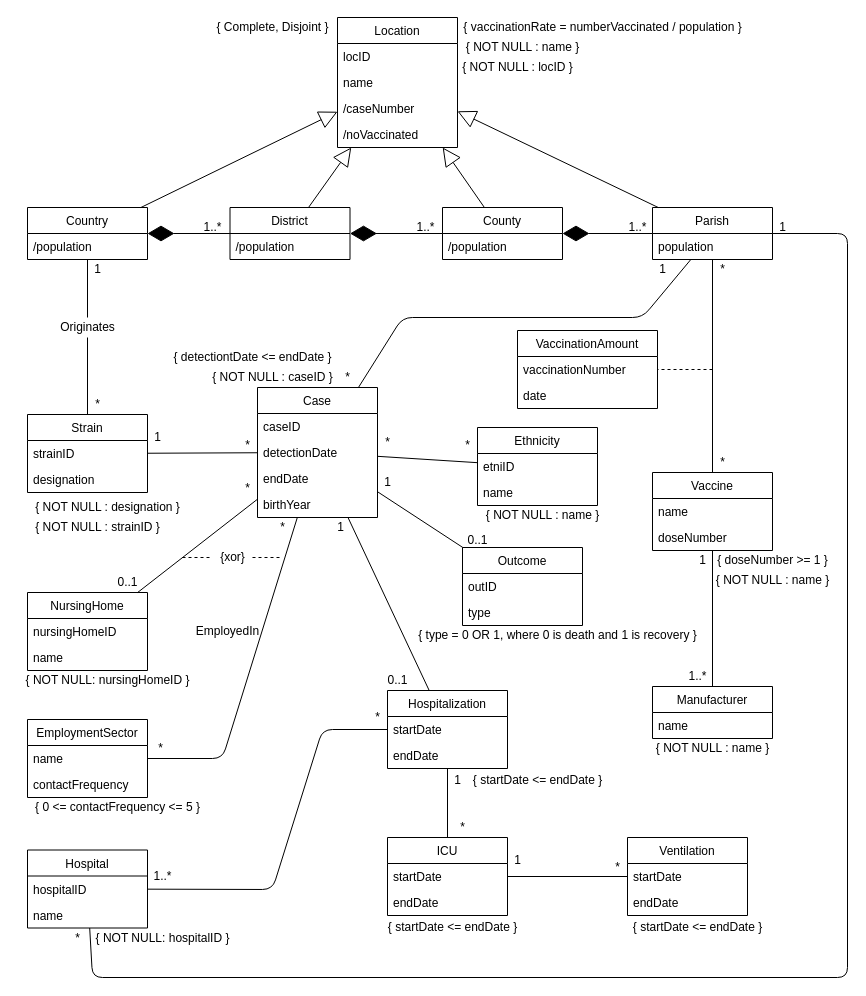
Earlier version of the draw.io diagram proj.drawio (DreFlo/bdad-proj). Source tidied: cells renumbered, new cells numbered last; positions are measured from the earlier drawing's top-left corner, leaving out a move shared by most shapes. Both pictures are drawn from the tidied source at 100%, with x=0, y=0 at pixel (17, 17).
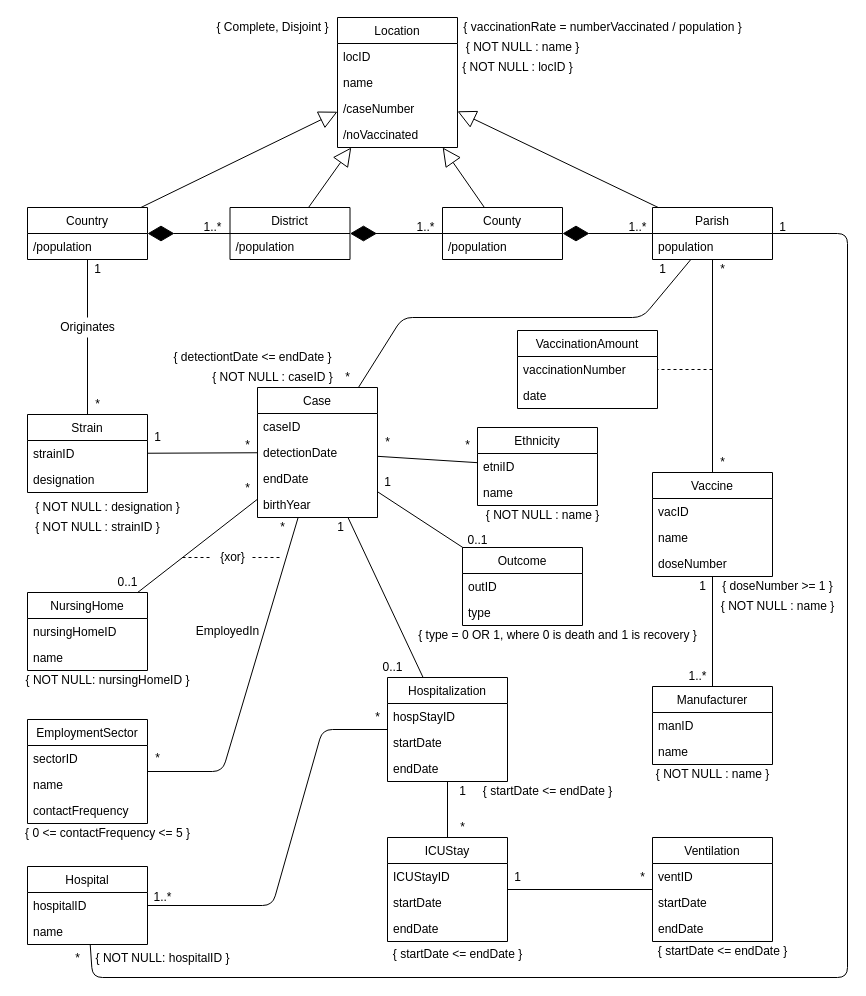
The same diagram, later.

Commit message:
UML finished, I think

The change refers to these unchanged cells:
```xml
<mxCell id="10" value="Case" style="swimlane;fontStyle=0;horizontal=1;startSize=26;fillColor=none;" parent="1" vertex="1">
  <mxGeometry x="240" y="370" width="120" height="130" as="geometry" />
</mxCell>
```

Diff of the diagram source:
```diff
@@
     <mxCell id="15" value="Vaccine" style="swimlane;fontStyle=0;horizontal=1;startSize=26;fillColor=none;" parent="1" vertex="1">
-      <mxGeometry x="635" y="455" width="120" height="78" as="geometry" />
+      <mxGeometry x="635" y="455" width="120" height="104" as="geometry" />
     </mxCell>
-    <mxCell id="16" value="name" style="text;strokeColor=none;fillColor=none;align=left;verticalAlign=top;spacingLeft=4;spacingRight=4;overflow=hidden;" parent="15" vertex="1">
+    <mxCell id="16" value="vacID" style="text;strokeColor=none;fillColor=none;align=left;verticalAlign=top;spacingLeft=4;spacingRight=4;overflow=hidden;" parent="15" vertex="1">
       <mxGeometry y="26" width="120" height="26" as="geometry" />
     </mxCell>
+    <mxCell id="133" value="name" style="text;strokeColor=none;fillColor=none;align=left;verticalAlign=top;spacingLeft=4;spacingRight=4;overflow=hidden;" parent="15" vertex="1">
+      <mxGeometry y="52" width="120" height="26" as="geometry" />
+    </mxCell>
     <mxCell id="17" value="doseNumber" style="text;strokeColor=none;fillColor=none;align=left;verticalAlign=top;spacingLeft=4;spacingRight=4;overflow=hidden;" parent="15" vertex="1">
-      <mxGeometry y="52" width="120" height="26" as="geometry" />
+      <mxGeometry y="78" width="120" height="26" as="geometry" />
     </mxCell>
@@
     <mxCell id="22" value="EmploymentSector" style="swimlane;fontStyle=0;horizontal=1;startSize=26;fillColor=none;" parent="1" vertex="1">
-      <mxGeometry x="10" y="702" width="120" height="78" as="geometry" />
+      <mxGeometry x="10" y="702" width="120" height="104" as="geometry" />
     </mxCell>
+    <mxCell id="134" value="sectorID" style="text;strokeColor=none;fillColor=none;align=left;verticalAlign=top;spacingLeft=4;spacingRight=4;overflow=hidden;" parent="22" vertex="1">
+      <mxGeometry y="26" width="120" height="26" as="geometry" />
+    </mxCell>
     <mxCell id="23" value="name" style="text;strokeColor=none;fillColor=none;align=left;verticalAlign=top;spacingLeft=4;spacingRight=4;overflow=hidden;" parent="22" vertex="1">
-      <mxGeometry y="26" width="120" height="26" as="geometry" />
+      <mxGeometry y="52" width="120" height="26" as="geometry" />
     </mxCell>
     <mxCell id="24" value="contactFrequency" style="text;strokeColor=none;fillColor=none;align=left;verticalAlign=top;spacingLeft=4;spacingRight=4;overflow=hidden;" parent="22" vertex="1">
-      <mxGeometry y="52" width="120" height="26" as="geometry" />
+      <mxGeometry y="78" width="120" height="26" as="geometry" />
     </mxCell>
@@
     <mxCell id="31" value="1" style="text;html=1;align=center;verticalAlign=middle;" parent="1" vertex="1">
-      <mxGeometry x="675" y="533" width="20" height="20" as="geometry" />
+      <mxGeometry x="675" y="559" width="20" height="20" as="geometry" />
     </mxCell>
@@
     <mxCell id="38" value="Manufacturer" style="swimlane;fontStyle=0;horizontal=1;startSize=26;fillColor=none;" parent="1" vertex="1">
-      <mxGeometry x="635" y="669" width="120" height="52" as="geometry" />
+      <mxGeometry x="635" y="669" width="120" height="78" as="geometry" />
     </mxCell>
-    <mxCell id="39" value="name" style="text;strokeColor=none;fillColor=none;align=left;verticalAlign=top;spacingLeft=4;spacingRight=4;overflow=hidden;" parent="38" vertex="1">
+    <mxCell id="39" value="manID" style="text;strokeColor=none;fillColor=none;align=left;verticalAlign=top;spacingLeft=4;spacingRight=4;overflow=hidden;" parent="38" vertex="1">
       <mxGeometry y="26" width="120" height="26" as="geometry" />
     </mxCell>
+    <mxCell id="135" value="name" style="text;strokeColor=none;fillColor=none;align=left;verticalAlign=top;spacingLeft=4;spacingRight=4;overflow=hidden;" parent="38" vertex="1">
+      <mxGeometry y="52" width="120" height="26" as="geometry" />
+    </mxCell>
@@
     <mxCell id="41" value="*" style="text;html=1;align=center;verticalAlign=middle;" parent="1" vertex="1">
-      <mxGeometry x="132.5" y="721" width="20" height="20" as="geometry" />
+      <mxGeometry x="130" y="731" width="20" height="20" as="geometry" />
     </mxCell>
@@
     <mxCell id="60" style="endArrow=none;html=1;" parent="1" edge="1" source="22" target="10">
       <mxGeometry relative="1" as="geometry">
         <Array as="points">
-          <mxPoint x="205" y="741" />
+          <mxPoint x="205" y="754" />
         </Array>
       </mxGeometry>
     </mxCell>
@@
     <mxCell id="62" value="0..1" style="text;html=1;align=center;verticalAlign=middle;" parent="1" vertex="1">
-      <mxGeometry x="365" y="653" width="30" height="20" as="geometry" />
+      <mxGeometry x="360" y="640" width="30" height="20" as="geometry" />
     </mxCell>
@@
     <mxCell id="64" value="Hospitalization" style="swimlane;fontStyle=0;horizontal=1;startSize=26;fillColor=none;" parent="1" vertex="1">
-      <mxGeometry x="370" y="673" width="120" height="78" as="geometry" />
+      <mxGeometry x="370" y="660" width="120" height="104" as="geometry" />
     </mxCell>
-    <mxCell id="65" value="startDate" style="text;strokeColor=none;fillColor=none;align=left;verticalAlign=top;spacingLeft=4;spacingRight=4;overflow=hidden;" parent="64" vertex="1">
+    <mxCell id="65" value="hospStayID" style="text;strokeColor=none;fillColor=none;align=left;verticalAlign=top;spacingLeft=4;spacingRight=4;overflow=hidden;" parent="64" vertex="1">
       <mxGeometry y="26" width="120" height="26" as="geometry" />
     </mxCell>
+    <mxCell id="136" value="startDate" style="text;strokeColor=none;fillColor=none;align=left;verticalAlign=top;spacingLeft=4;spacingRight=4;overflow=hidden;" parent="64" vertex="1">
+      <mxGeometry y="52" width="120" height="26" as="geometry" />
+    </mxCell>
     <mxCell id="66" value="endDate" style="text;strokeColor=none;fillColor=none;align=left;verticalAlign=top;spacingLeft=4;spacingRight=4;overflow=hidden;" parent="64" vertex="1">
-      <mxGeometry y="52" width="120" height="26" as="geometry" />
+      <mxGeometry y="78" width="120" height="26" as="geometry" />
     </mxCell>
@@
     <mxCell id="75" value="{ 0 &amp;lt;= contactFrequency &amp;lt;= 5 }" style="text;html=1;align=center;verticalAlign=middle;" parent="1" vertex="1">
-      <mxGeometry x="10" y="780" width="180" height="20" as="geometry" />
+      <mxGeometry y="806" width="180" height="20" as="geometry" />
     </mxCell>
@@
-    <mxCell id="83" value="ICU" style="swimlane;fontStyle=0;horizontal=1;startSize=26;fillColor=none;" parent="1" vertex="1">
-      <mxGeometry x="370" y="820" width="120" height="78" as="geometry" />
+    <mxCell id="83" value="ICUStay" style="swimlane;fontStyle=0;horizontal=1;startSize=26;fillColor=none;" parent="1" vertex="1">
+      <mxGeometry x="370" y="820" width="120" height="104" as="geometry" />
     </mxCell>
-    <mxCell id="84" value="startDate" style="text;strokeColor=none;fillColor=none;align=left;verticalAlign=top;spacingLeft=4;spacingRight=4;overflow=hidden;" parent="83" vertex="1">
+    <mxCell id="84" value="ICUStayID" style="text;strokeColor=none;fillColor=none;align=left;verticalAlign=top;spacingLeft=4;spacingRight=4;overflow=hidden;" parent="83" vertex="1">
       <mxGeometry y="26" width="120" height="26" as="geometry" />
     </mxCell>
+    <mxCell id="137" value="startDate" style="text;strokeColor=none;fillColor=none;align=left;verticalAlign=top;spacingLeft=4;spacingRight=4;overflow=hidden;" parent="83" vertex="1">
+      <mxGeometry y="52" width="120" height="26" as="geometry" />
+    </mxCell>
     <mxCell id="85" value="endDate" style="text;strokeColor=none;fillColor=none;align=left;verticalAlign=top;spacingLeft=4;spacingRight=4;overflow=hidden;" parent="83" vertex="1">
-      <mxGeometry y="52" width="120" height="26" as="geometry" />
+      <mxGeometry y="78" width="120" height="26" as="geometry" />
     </mxCell>
     <mxCell id="86" value="Ventilation" style="swimlane;fontStyle=0;horizontal=1;startSize=26;fillColor=none;" parent="1" vertex="1">
-      <mxGeometry x="610" y="820" width="120" height="78" as="geometry" />
+      <mxGeometry x="635" y="820" width="120" height="104" as="geometry" />
     </mxCell>
+    <mxCell id="138" value="ventID" style="text;strokeColor=none;fillColor=none;align=left;verticalAlign=top;spacingLeft=4;spacingRight=4;overflow=hidden;" parent="86" vertex="1">
+      <mxGeometry y="26" width="120" height="26" as="geometry" />
+    </mxCell>
     <mxCell id="87" value="startDate" style="text;strokeColor=none;fillColor=none;align=left;verticalAlign=top;spacingLeft=4;spacingRight=4;overflow=hidden;" parent="86" vertex="1">
-      <mxGeometry y="26" width="120" height="26" as="geometry" />
+      <mxGeometry y="52" width="120" height="26" as="geometry" />
     </mxCell>
     <mxCell id="88" value="endDate" style="text;strokeColor=none;fillColor=none;align=left;verticalAlign=top;spacingLeft=4;spacingRight=4;overflow=hidden;" parent="86" vertex="1">
-      <mxGeometry y="52" width="120" height="26" as="geometry" />
+      <mxGeometry y="78" width="120" height="26" as="geometry" />
     </mxCell>
@@
     <mxCell id="90" value="1" style="text;html=1;align=center;verticalAlign=middle;" parent="1" vertex="1">
-      <mxGeometry x="430" y="753" width="20" height="20" as="geometry" />
+      <mxGeometry x="435" y="764" width="20" height="20" as="geometry" />
     </mxCell>
@@
     <mxCell id="92" value="1" style="text;html=1;align=center;verticalAlign=middle;" parent="1" vertex="1">
-      <mxGeometry x="490" y="832.5" width="20" height="20" as="geometry" />
+      <mxGeometry x="490" y="850" width="20" height="20" as="geometry" />
     </mxCell>
     <mxCell id="93" value="*" style="text;html=1;align=center;verticalAlign=middle;" parent="1" vertex="1">
-      <mxGeometry x="590" y="840" width="20" height="20" as="geometry" />
+      <mxGeometry x="615" y="850" width="20" height="20" as="geometry" />
     </mxCell>
     <mxCell id="94" value="{ startDate &amp;lt;= endDate }" style="text;html=1;align=center;verticalAlign=middle;" parent="1" vertex="1">
-      <mxGeometry x="450" y="753" width="140" height="20" as="geometry" />
+      <mxGeometry x="460" y="764" width="140" height="20" as="geometry" />
     </mxCell>
     <mxCell id="95" value="{ startDate &amp;lt;= endDate }" style="text;html=1;align=center;verticalAlign=middle;" parent="1" vertex="1">
-      <mxGeometry x="365" y="900" width="140" height="20" as="geometry" />
+      <mxGeometry x="370" y="927" width="140" height="20" as="geometry" />
     </mxCell>
     <mxCell id="96" value="{ startDate &amp;lt;= endDate }" style="text;html=1;align=center;verticalAlign=middle;" parent="1" vertex="1">
-      <mxGeometry x="610" y="900" width="140" height="20" as="geometry" />
+      <mxGeometry x="635" y="924" width="140" height="20" as="geometry" />
     </mxCell>
@@
     <mxCell id="104" value="&lt;div align=&quot;left&quot;&gt;{ NOT NULL : name }&lt;br&gt;&lt;/div&gt;" style="text;html=1;align=center;verticalAlign=middle;" parent="1" vertex="1">
-      <mxGeometry x="690" y="553" width="130" height="20" as="geometry" />
+      <mxGeometry x="695" y="579" width="130" height="20" as="geometry" />
     </mxCell>
     <mxCell id="105" value="&lt;div align=&quot;left&quot;&gt;{ NOT NULL : name }&lt;br&gt;&lt;/div&gt;" style="text;html=1;align=center;verticalAlign=middle;" parent="1" vertex="1">
-      <mxGeometry x="630" y="721" width="130" height="20" as="geometry" />
+      <mxGeometry x="630" y="747" width="130" height="20" as="geometry" />
     </mxCell>
@@
     <mxCell id="108" value="{ doseNumber &amp;gt;= 1 }" style="text;html=1;align=center;verticalAlign=middle;" parent="1" vertex="1">
-      <mxGeometry x="695" y="533" width="120" height="20" as="geometry" />
+      <mxGeometry x="700" y="559" width="120" height="20" as="geometry" />
     </mxCell>
@@
     <mxCell id="114" value="Hospital" style="swimlane;fontStyle=0;horizontal=1;startSize=26;fillColor=none;" parent="1" vertex="1">
-      <mxGeometry x="10" y="832.5" width="120" height="78" as="geometry" />
+      <mxGeometry x="10" y="849" width="120" height="78" as="geometry" />
     </mxCell>
@@
     <mxCell id="117" style="endArrow=none;html=1;" parent="1" edge="1" source="114" target="64">
       <mxGeometry relative="1" as="geometry">
         <Array as="points">
-          <mxPoint x="255" y="872" />
+          <mxPoint x="255" y="888" />
           <mxPoint x="305" y="712" />
         </Array>
       </mxGeometry>
     </mxCell>
     <mxCell id="118" value="1..*" style="text;html=1;align=center;verticalAlign=middle;" parent="1" vertex="1">
-      <mxGeometry x="130" y="849" width="30" height="20" as="geometry" />
+      <mxGeometry x="130" y="870" width="30" height="20" as="geometry" />
     </mxCell>
@@
     <mxCell id="124" value="*" style="text;html=1;align=center;verticalAlign=middle;" parent="1" vertex="1">
-      <mxGeometry x="50" y="910.5" width="20" height="20" as="geometry" />
+      <mxGeometry x="50" y="930.5" width="20" height="20" as="geometry" />
     </mxCell>
@@
     <mxCell id="132" value="{ NOT NULL: hospitalID }" style="text;html=1;align=center;verticalAlign=middle;" parent="1" vertex="1">
-      <mxGeometry x="70" y="910.5" width="150" height="20" as="geometry" />
+      <mxGeometry x="70" y="930.5" width="150" height="20" as="geometry" />
     </mxCell>
```
